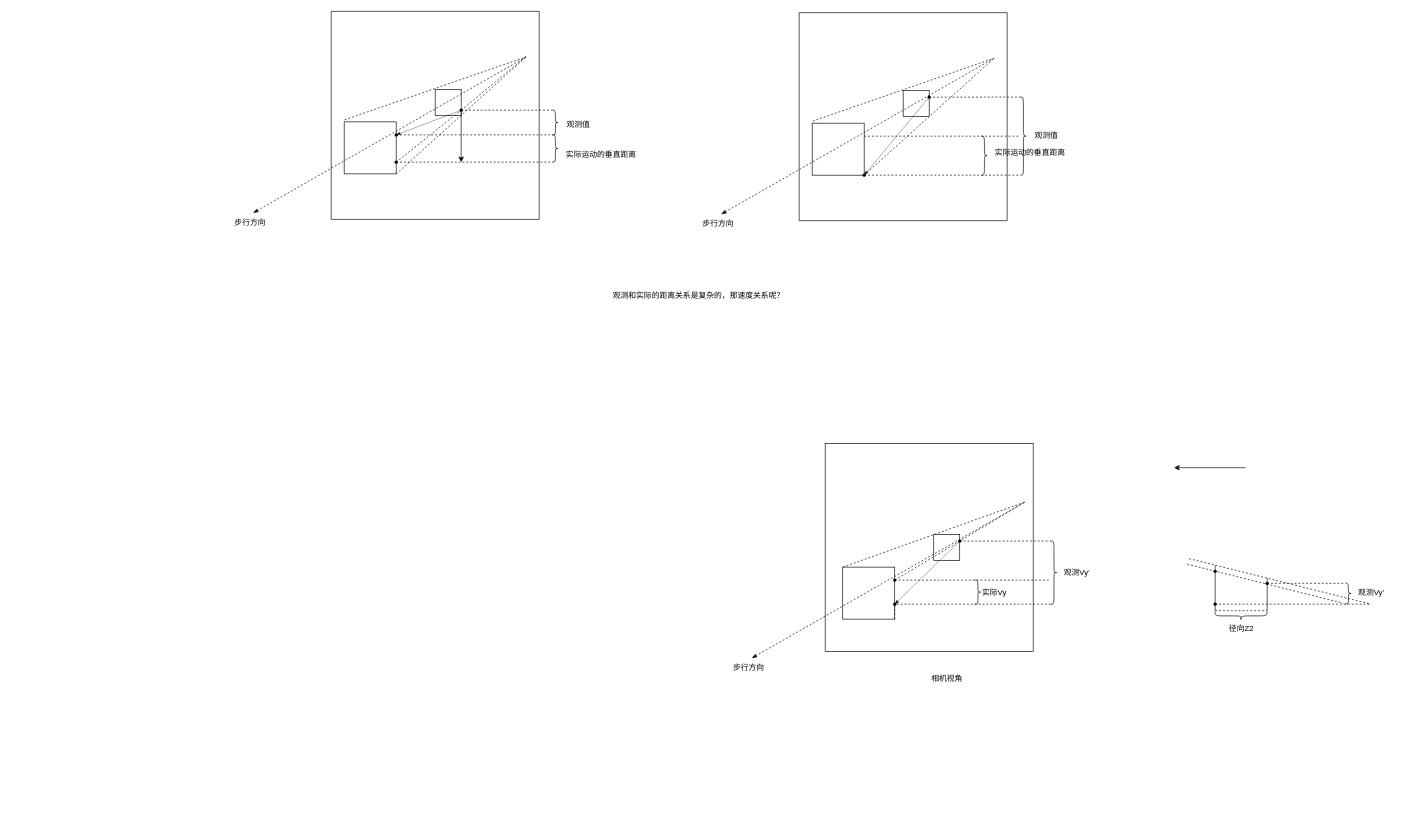
Earlier version of the draw.io diagram 未命名绘图.drawio (qq1937443459/Drawing-Repository). Source tidied: cells renumbered, new cells numbered last; positions are measured from the earlier drawing's top-left corner, leaving out a move shared by most shapes. Both pictures are drawn from the tidied source at 65%, with x=0, y=0 at pixel (227, 11).
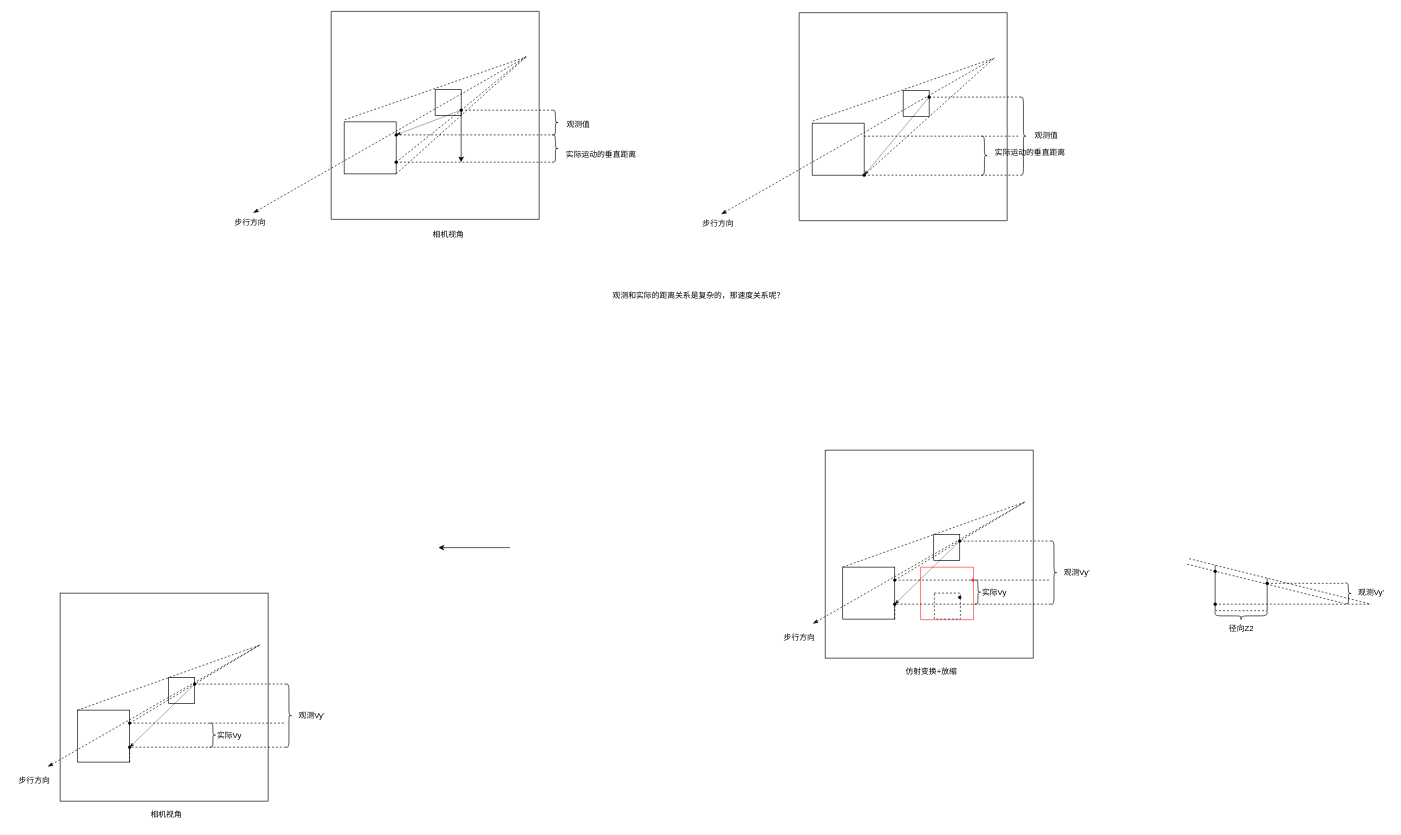
The same diagram, later.

Commit message:
更新未命名绘图.drawio

The change refers to these unchanged cells:
```xml
<mxCell id="59" style="shape=waypoint;sketch=0;fillStyle=solid;size=6;points=[];fillColor=none;perimeter=centerPerimeter;snapToPoint=1;strokeWidth=0.5;" parent="1" vertex="1">
  <mxGeometry x="1117" y="805" width="20" height="20" as="geometry" />
</mxCell>
```

What changed in the source:
```diff
@@
+    <mxCell id="81" style="whiteSpace=wrap;html=1;strokeColor=#FF3333;" parent="1" vertex="1">
+      <mxGeometry x="1067" y="855" width="81" height="81" as="geometry" />
+    </mxCell>
+    <mxCell id="82" style="whiteSpace=wrap;html=1;" parent="1" vertex="1">
+      <mxGeometry x="1087" y="805" width="40" height="40" as="geometry" />
+    </mxCell>
-    <mxCell id="2" style="whiteSpace=wrap;html=1;" parent="1" vertex="1">
-      <mxGeometry x="1087" y="805" width="40" height="40" as="geometry" />
+    <mxCell id="2" style="whiteSpace=wrap;html=1;dashed=1;" parent="1" vertex="1">
+      <mxGeometry x="1088" y="895" width="40" height="40" as="geometry" />
     </mxCell>
@@
     <mxCell id="50" style="endArrow=classicThin;html=1;rounded=0;dashed=1;endFill=1;" parent="1" edge="1">
       <mxGeometry relative="1" as="geometry">
         <mxPoint x="1227" y="755" as="sourcePoint" />
-        <mxPoint x="807" y="995" as="targetPoint" />
+        <mxPoint x="901" y="942" as="targetPoint" />
       </mxGeometry>
     </mxCell>
     <mxCell id="51" value="步行方向&lt;br&gt;" style="text;html=1;align=center;verticalAlign=middle;strokeColor=none;fillColor=none;" parent="1" vertex="1">
-      <mxGeometry x="767" y="995" width="70" height="30" as="geometry" />
+      <mxGeometry x="845" y="949" width="70" height="30" as="geometry" />
     </mxCell>
@@
-    <mxCell id="54" style="endArrow=none;dashed=1;html=1;rounded=0;exitX=1;exitY=0.25;exitDx=0;exitDy=0;" parent="1" edge="1" source="2">
+    <mxCell id="54" style="endArrow=none;dashed=1;html=1;rounded=0;" parent="1" edge="1" source="59">
       <mxGeometry relative="1" as="geometry">
         <mxPoint x="1267" y="814.8" as="targetPoint" />
       </mxGeometry>
     </mxCell>
@@
     <mxCell id="57" style="whiteSpace=wrap;html=1;fillColor=none;" parent="1" vertex="1">
-      <mxGeometry x="920" y="665" width="320" height="320" as="geometry" />
+      <mxGeometry x="920" y="675" width="320" height="320" as="geometry" />
     </mxCell>
@@
-    <mxCell id="63" value="相机视角" style="text;html=1;align=center;verticalAlign=middle;strokeColor=none;fillColor=none;" parent="1" vertex="1">
-      <mxGeometry x="1072" y="1012" width="70" height="30" as="geometry" />
+    <mxCell id="63" value="仿射变换+放缩" style="text;html=1;align=center;verticalAlign=middle;strokeColor=none;fillColor=none;" parent="1" vertex="1">
+      <mxGeometry x="1034" y="1003" width="97" height="26" as="geometry" />
     </mxCell>
     <mxCell id="64" style="endArrow=classic;html=1;rounded=0;" parent="1" edge="1">
       <mxGeometry relative="1" as="geometry">
-        <mxPoint x="1566.8" y="702" as="sourcePoint" />
-        <mxPoint x="1456.8" y="702" as="targetPoint" />
+        <mxPoint x="435" y="825" as="sourcePoint" />
+        <mxPoint x="325" y="825" as="targetPoint" />
       </mxGeometry>
     </mxCell>
@@
+    <mxCell id="83" style="shape=waypoint;sketch=0;fillStyle=solid;size=6;fillColor=none;perimeter=centerPerimeter;strokeWidth=0.5;" parent="1" vertex="1">
+      <mxGeometry x="1117" y="891.5" width="20" height="20" as="geometry" />
+    </mxCell>
+    <mxCell id="84" style="shape=waypoint;sketch=0;fillStyle=solid;size=6;fillColor=none;perimeter=centerPerimeter;strokeWidth=0.5;strokeColor=#FF3333;" parent="1" vertex="1">
+      <mxGeometry x="1137" y="865" width="20" height="20" as="geometry" />
+    </mxCell>
+    <mxCell id="85" style="whiteSpace=wrap;html=1;" parent="1" vertex="1">
+      <mxGeometry x="-90" y="1025" width="40" height="40" as="geometry" />
+    </mxCell>
+    <mxCell id="86" style="endArrow=none;dashed=1;html=1;rounded=0;exitX=0;exitY=0;exitDx=0;exitDy=0;" parent="1" edge="1" source="87">
+      <mxGeometry relative="1" as="geometry">
+        <mxPoint x="50" y="975" as="targetPoint" />
+      </mxGeometry>
+    </mxCell>
+    <mxCell id="87" style="whiteSpace=wrap;html=1;" parent="1" vertex="1">
+      <mxGeometry x="-230" y="1075" width="80" height="80" as="geometry" />
+    </mxCell>
+    <mxCell id="88" style="endArrow=none;dashed=1;html=1;rounded=0;exitDx=0;exitDy=0;" parent="1" edge="1" source="98">
+      <mxGeometry relative="1" as="geometry">
+        <mxPoint x="50" y="975" as="targetPoint" />
+      </mxGeometry>
+    </mxCell>
+    <mxCell id="89" style="endArrow=none;dashed=1;html=1;rounded=0;" parent="1" edge="1">
+      <mxGeometry relative="1" as="geometry">
+        <mxPoint x="-150" y="1095" as="sourcePoint" />
+        <mxPoint x="90" y="1095" as="targetPoint" />
+      </mxGeometry>
+    </mxCell>
+    <mxCell id="90" style="shape=curlyBracket;whiteSpace=wrap;html=1;rounded=1;flipH=1;labelPosition=right;verticalLabelPosition=middle;align=left;verticalAlign=middle;" parent="1" vertex="1">
+      <mxGeometry x="90" y="1035" width="10" height="97" as="geometry" />
+    </mxCell>
+    <mxCell id="91" value="观测Vy’" style="text;html=1;align=center;verticalAlign=middle;strokeColor=none;fillColor=none;" parent="1" vertex="1">
+      <mxGeometry x="100" y="1068.5" width="60" height="30" as="geometry" />
+    </mxCell>
+    <mxCell id="92" style="endArrow=classicThin;html=1;rounded=0;dashed=1;endFill=1;" parent="1" edge="1">
+      <mxGeometry relative="1" as="geometry">
+        <mxPoint x="50" y="975" as="sourcePoint" />
+        <mxPoint x="-276" y="1162" as="targetPoint" />
+      </mxGeometry>
+    </mxCell>
+    <mxCell id="93" value="步行方向&lt;br&gt;" style="text;html=1;align=center;verticalAlign=middle;strokeColor=none;fillColor=none;" parent="1" vertex="1">
+      <mxGeometry x="-332" y="1169" width="70" height="30" as="geometry" />
+    </mxCell>
+    <mxCell id="94" style="endArrow=none;dashed=1;html=1;rounded=0;exitX=1;exitY=1;exitDx=0;exitDy=0;" parent="1" edge="1" source="87" target="95">
+      <mxGeometry relative="1" as="geometry" />
+    </mxCell>
+    <mxCell id="95" style="shape=waypoint;sketch=0;fillStyle=solid;size=6;points=[];fillColor=none;perimeter=centerPerimeter;snapToPoint=1;strokeWidth=0.5;" parent="1" vertex="1">
+      <mxGeometry x="-160" y="1122" width="20" height="20" as="geometry" />
+    </mxCell>
+    <mxCell id="96" style="endArrow=none;dashed=1;html=1;rounded=0;" parent="1" edge="1" source="101">
+      <mxGeometry relative="1" as="geometry">
+        <mxPoint x="90" y="1034.8" as="targetPoint" />
+      </mxGeometry>
+    </mxCell>
+    <mxCell id="97" style="endArrow=none;dashed=1;html=1;rounded=0;exitDx=0;exitDy=0;exitX=1;exitY=0.25;" parent="1" edge="1" source="87" target="98">
+      <mxGeometry relative="1" as="geometry" />
+    </mxCell>
+    <mxCell id="98" style="shape=waypoint;sketch=0;fillStyle=solid;size=6;points=[];fillColor=none;perimeter=centerPerimeter;snapToPoint=1;strokeWidth=0.5;" parent="1" vertex="1">
+      <mxGeometry x="-160" y="1085" width="20" height="20" as="geometry" />
+    </mxCell>
+    <mxCell id="99" style="whiteSpace=wrap;html=1;fillColor=none;" parent="1" vertex="1">
+      <mxGeometry x="-257" y="895" width="320" height="320" as="geometry" />
+    </mxCell>
+    <mxCell id="100" style="endArrow=classicThin;html=1;rounded=0;jumpSize=2;strokeWidth=0.5;endFill=1;exitDx=0;exitDy=0;exitPerimeter=0;" parent="1" edge="1" source="101" target="95">
+      <mxGeometry relative="1" as="geometry" />
+    </mxCell>
+    <mxCell id="101" style="shape=waypoint;sketch=0;fillStyle=solid;size=6;points=[];fillColor=none;perimeter=centerPerimeter;snapToPoint=1;strokeWidth=0.5;" parent="1" vertex="1">
+      <mxGeometry x="-60" y="1025" width="20" height="20" as="geometry" />
+    </mxCell>
+    <mxCell id="102" style="endArrow=none;dashed=1;html=1;rounded=0;exitX=0.527;exitY=0.653;exitDx=0;exitDy=0;exitPerimeter=0;" parent="1" edge="1">
+      <mxGeometry relative="1" as="geometry">
+        <mxPoint x="-147" y="1132" as="sourcePoint" />
+        <mxPoint x="93" y="1132" as="targetPoint" />
+      </mxGeometry>
+    </mxCell>
+    <mxCell id="103" value="实际Vy" style="text;html=1;align=center;verticalAlign=middle;strokeColor=none;fillColor=none;" parent="1" vertex="1">
+      <mxGeometry x="-27" y="1098.5" width="60" height="30" as="geometry" />
+    </mxCell>
+    <mxCell id="104" style="shape=curlyBracket;whiteSpace=wrap;html=1;rounded=1;flipH=1;labelPosition=right;verticalLabelPosition=middle;align=left;verticalAlign=middle;" parent="1" vertex="1">
+      <mxGeometry x="-27" y="1095" width="10" height="37" as="geometry" />
+    </mxCell>
+    <mxCell id="105" value="相机视角" style="text;html=1;align=center;verticalAlign=middle;strokeColor=none;fillColor=none;" parent="1" vertex="1">
+      <mxGeometry x="-127" y="1223" width="66" height="26" as="geometry" />
+    </mxCell>
+    <mxCell id="106" value="相机视角" style="text;html=1;align=center;verticalAlign=middle;strokeColor=none;fillColor=none;" parent="1" vertex="1">
+      <mxGeometry x="307" y="331" width="66" height="26" as="geometry" />
+    </mxCell>
```
